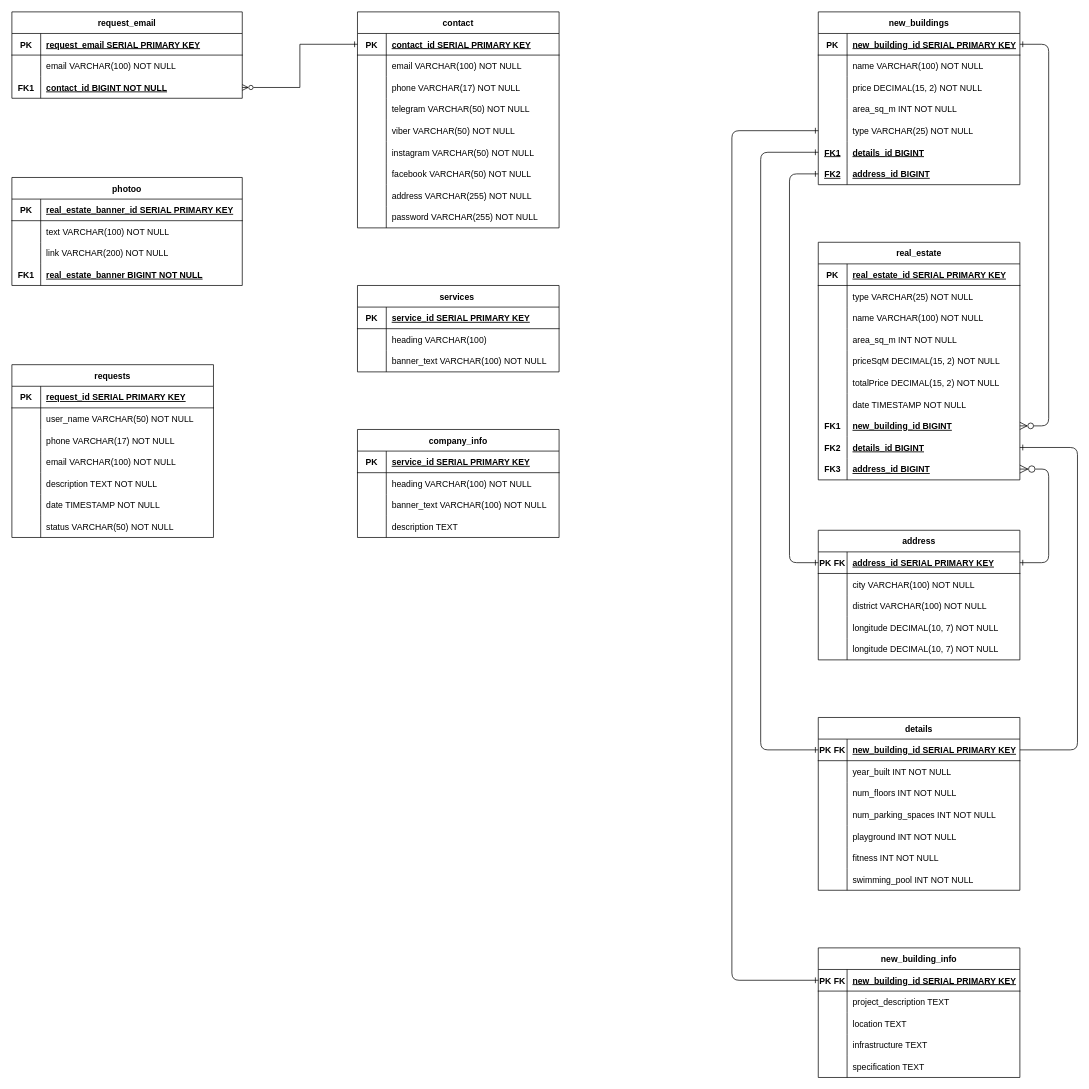
Above: src/main/resources/diagrams/ERD.drawio in Latcarf/Second-project (draw.io), before the change. Source tidied: cells renumbered, new cells numbered last; positions are measured from the earlier drawing's top-left corner, leaving out a move shared by most shapes. Both pictures are drawn from the tidied source at 72%, with x=0, y=0 at pixel (12, 12).
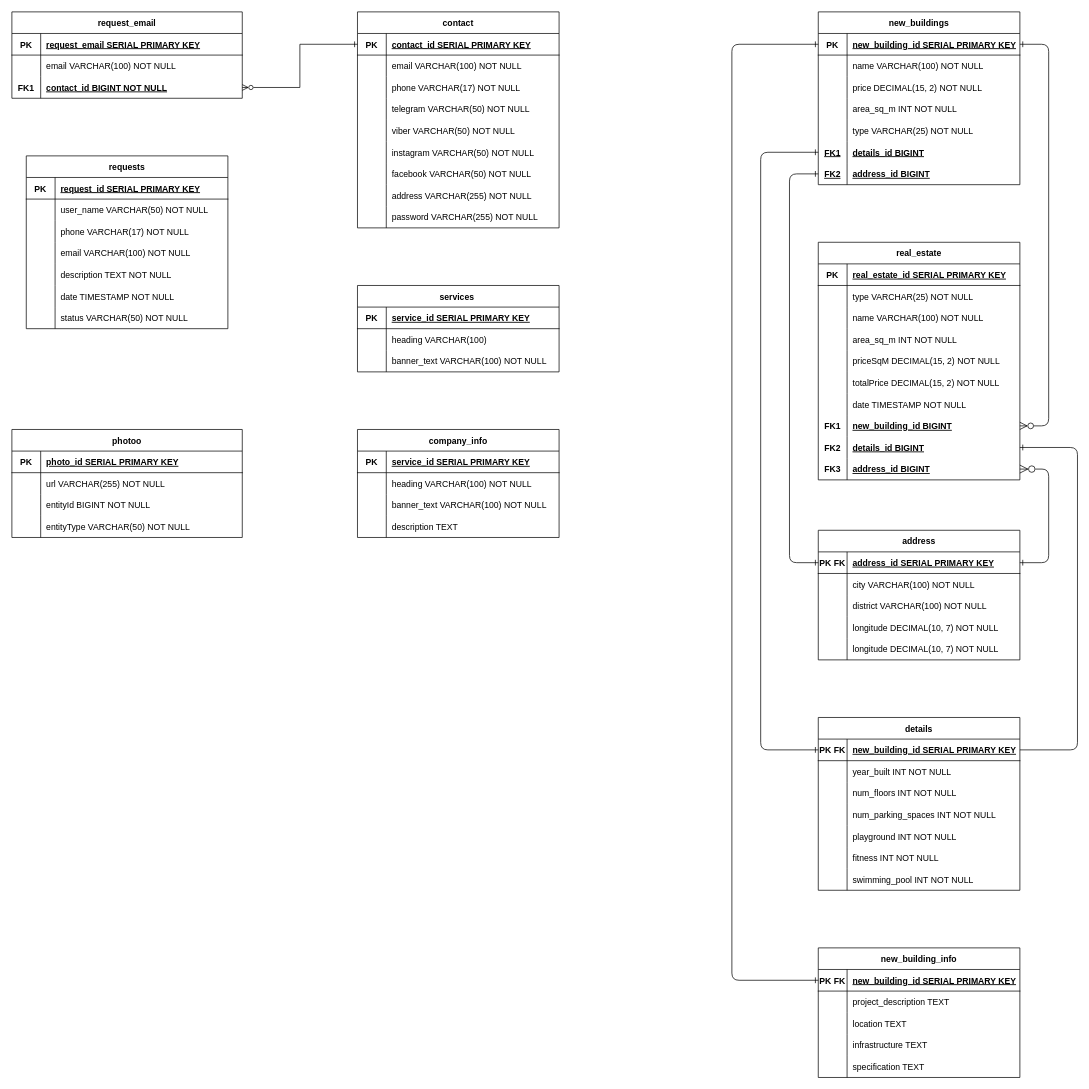
The same diagram, later.

Unchanged cells that the change refers to:
```xml
<mxCell id="62" style="shape=partialRectangle;fillColor=none;points=[[0,0.5],[1,0.5]];portConstraint=eastwest;top=0;left=0;right=0;bottom=1;labelBackgroundColor=none;" parent="61" vertex="1">
  <mxGeometry y="30" width="280" height="30" as="geometry" />
</mxCell>
<mxCell id="74" style="shape=partialRectangle;fillColor=none;points=[[0,0.5],[1,0.5]];portConstraint=eastwest;top=0;left=0;right=0;bottom=0;labelBackgroundColor=none;" parent="61" vertex="1">
  <mxGeometry y="150" width="280" height="30" as="geometry" />
</mxCell>
<mxCell id="151" style="shape=partialRectangle;fillColor=none;top=0;left=0;right=0;bottom=1;labelBackgroundColor=none;" parent="150" vertex="1">
  <mxGeometry y="30" width="320" height="30" as="geometry" />
</mxCell>
<mxCell id="154" style="shape=partialRectangle;fillColor=none;top=0;left=0;right=0;bottom=0;labelBackgroundColor=none;" parent="150" vertex="1">
  <mxGeometry y="60" width="320" height="30" as="geometry" />
</mxCell>
<mxCell id="157" style="shape=partialRectangle;fillColor=none;top=0;left=0;right=0;bottom=0;labelBackgroundColor=none;" parent="150" vertex="1">
  <mxGeometry y="90" width="320" height="30" as="geometry" />
</mxCell>
<mxCell id="160" style="shape=partialRectangle;fillColor=none;top=0;left=0;right=0;bottom=0;labelBackgroundColor=none;" parent="150" vertex="1">
  <mxGeometry y="120" width="320" height="30" as="geometry" />
</mxCell>
<mxCell id="164" style="shape=partialRectangle;fillColor=none;points=[[0,0.5],[1,0.5]];portConstraint=eastwest;top=0;left=0;right=0;bottom=1;labelBackgroundColor=none;" parent="163" vertex="1">
  <mxGeometry y="30" width="280" height="30" as="geometry" />
</mxCell>
```

Diff of the diagram source:
```diff
@@
     <mxCell id="128" value="requests" style="shape=table;startSize=30;childLayout=tableLayout;rowLines=0;fontStyle=1;align=center;labelBackgroundColor=none;fillColor=default;" parent="1" vertex="1">
-      <mxGeometry y="490" width="280" height="240" as="geometry" />
+      <mxGeometry x="20" y="200" width="280" height="240" as="geometry" />
     </mxCell>
@@
     <mxCell id="150" value="photoo" style="shape=table;startSize=30;childLayout=tableLayout;rowLines=0;fontStyle=1;align=center;labelBackgroundColor=none;fillColor=default;" parent="1" vertex="1">
-      <mxGeometry y="230" width="320" height="150" as="geometry" />
+      <mxGeometry y="580" width="320" height="150" as="geometry" />
     </mxCell>
@@
-    <mxCell id="153" value="real_estate_banner_id SERIAL PRIMARY KEY" style="shape=partialRectangle;overflow=hidden;fillColor=none;top=0;left=0;bottom=0;right=0;align=left;spacingLeft=6;fontStyle=5;labelBackgroundColor=none;" parent="151" vertex="1">
+    <mxCell id="153" value="photo_id SERIAL PRIMARY KEY" style="shape=partialRectangle;overflow=hidden;fillColor=none;top=0;left=0;bottom=0;right=0;align=left;spacingLeft=6;fontStyle=5;labelBackgroundColor=none;" parent="151" vertex="1">
       <mxGeometry x="40" width="280" height="30" as="geometry" />
     </mxCell>
@@
-    <mxCell id="156" value="text VARCHAR(100) NOT NULL" style="shape=partialRectangle;overflow=hidden;fillColor=none;top=0;left=0;bottom=0;right=0;align=left;spacingLeft=6;labelBackgroundColor=none;" parent="154" vertex="1">
+    <mxCell id="156" value="url VARCHAR(255) NOT NULL" style="shape=partialRectangle;overflow=hidden;fillColor=none;top=0;left=0;bottom=0;right=0;align=left;spacingLeft=6;labelBackgroundColor=none;" parent="154" vertex="1">
       <mxGeometry x="40" width="280" height="30" as="geometry" />
     </mxCell>
@@
-    <mxCell id="159" value="link VARCHAR(200) NOT NULL" style="shape=partialRectangle;overflow=hidden;fillColor=none;top=0;left=0;bottom=0;right=0;align=left;spacingLeft=6;labelBackgroundColor=none;" parent="157" vertex="1">
+    <mxCell id="159" value="entityId BIGINT NOT NULL" style="shape=partialRectangle;overflow=hidden;fillColor=none;top=0;left=0;bottom=0;right=0;align=left;spacingLeft=6;labelBackgroundColor=none;" parent="157" vertex="1">
       <mxGeometry x="40" width="280" height="30" as="geometry" />
     </mxCell>
@@
-    <mxCell id="161" value="FK1" style="shape=partialRectangle;overflow=hidden;fillColor=none;top=0;left=0;bottom=0;right=0;labelBackgroundColor=none;fontStyle=1;" parent="160" vertex="1">
+    <mxCell id="161" style="shape=partialRectangle;overflow=hidden;fillColor=none;top=0;left=0;bottom=0;right=0;labelBackgroundColor=none;fontStyle=1;" parent="160" vertex="1">
       <mxGeometry width="40" height="30" as="geometry" />
     </mxCell>
-    <mxCell id="162" value="real_estate_banner BIGINT NOT NULL" style="shape=partialRectangle;overflow=hidden;fillColor=none;top=0;left=0;bottom=0;right=0;align=left;spacingLeft=6;labelBackgroundColor=none;fontStyle=5;" parent="160" vertex="1">
+    <mxCell id="162" value="entityType VARCHAR(50) NOT NULL" style="shape=partialRectangle;overflow=hidden;fillColor=none;top=0;left=0;bottom=0;right=0;align=left;spacingLeft=6;labelBackgroundColor=none;fontStyle=0;" parent="160" vertex="1">
       <mxGeometry x="40" width="280" height="30" as="geometry" />
     </mxCell>
@@
-    <mxCell id="197" style="edgeStyle=orthogonalEdgeStyle;rounded=1;jettySize=auto;html=1;exitX=0;exitY=0.5;exitDx=0;exitDy=0;entryX=0;entryY=0.5;entryDx=0;entryDy=0;curved=0;startArrow=ERone;startFill=0;endArrow=ERone;endFill=0;" parent="1" edge="1" source="74" target="164">
+    <mxCell id="197" style="edgeStyle=orthogonalEdgeStyle;rounded=1;jettySize=auto;html=1;exitX=0;exitY=0.5;exitDx=0;exitDy=0;entryX=0;entryY=0.5;entryDx=0;entryDy=0;curved=0;startArrow=ERone;startFill=0;endArrow=ERone;endFill=0;" parent="1" edge="1" source="62" target="164">
       <mxGeometry relative="1" as="geometry">
         <Array as="points">
-          <mxPoint x="1000" y="165" />
+          <mxPoint x="1000" y="45" />
           <mxPoint x="1000" y="1345" />
         </Array>
       </mxGeometry>
     </mxCell>
```
